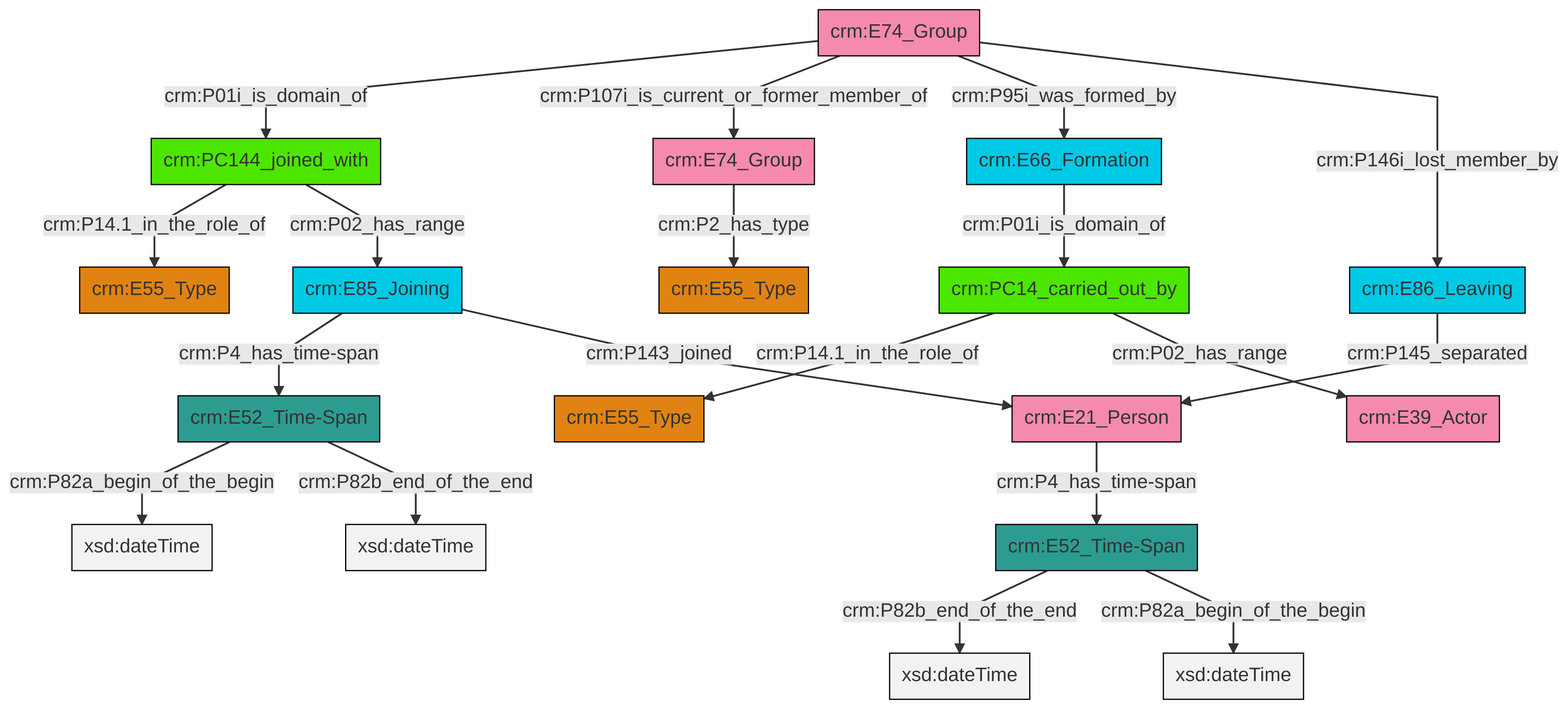
The Mermaid diagram et/groupCSV/ttl/mmd/png/group_actor_relations.png in swiss-art-research-net/docs.swissartresearch, before a commit. Its source is kept beside it as et/groupCSV/ttl/mmd/group_actor_relations.ttl.mmd.
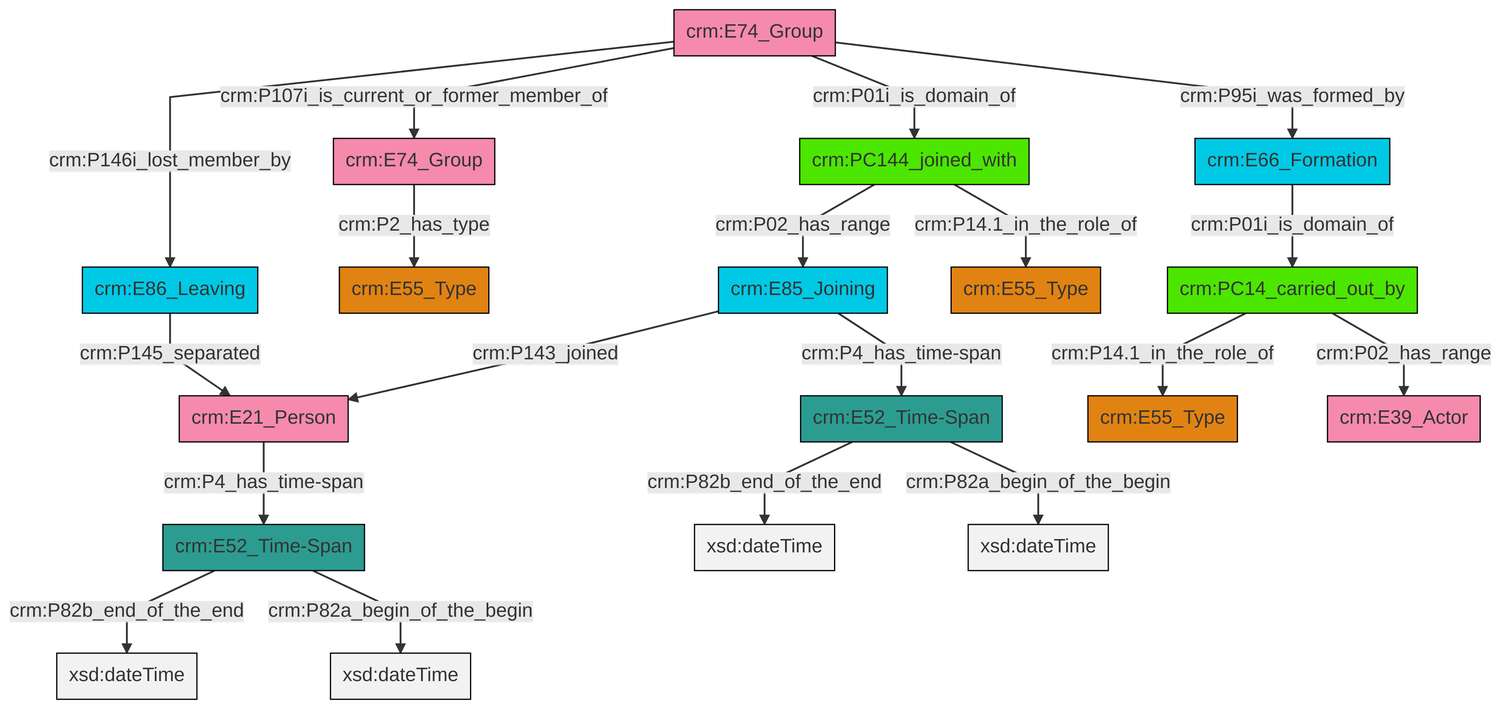
After the commit.

The edit, as a diff of the source:
```diff
@@ -13,21 +13,21 @@
 classDef PC_Classes fill:#4ce600, stroke:#000000;
 classDef Multi fill:#cccccc,stroke:#000000;
 
-0["crm:PC14_carried_out_by"]:::PC_Classes -->|crm:P14.1_in_the_role_of| 1["crm:E55_Type"]:::Type
-2["crm:PC144_joined_with"]:::PC_Classes -->|crm:P14.1_in_the_role_of| 3["crm:E55_Type"]:::Type
-6["crm:E86_Leaving"]:::Temporal_Entity -->|crm:P145_separated| 7["crm:E21_Person"]:::Actor
-8["crm:E74_Group"]:::Actor -->|crm:P01i_is_domain_of| 2["crm:PC144_joined_with"]:::PC_Classes
-12["crm:E52_Time-Span"]:::Time-Span -->|crm:P82a_begin_of_the_begin| 13[xsd:dateTime]:::Literal
-12["crm:E52_Time-Span"]:::Time-Span -->|crm:P82b_end_of_the_end| 16[xsd:dateTime]:::Literal
-8["crm:E74_Group"]:::Actor -->|crm:P107i_is_current_or_former_member_of| 20["crm:E74_Group"]:::Actor
-22["crm:E52_Time-Span"]:::Time-Span -->|crm:P82b_end_of_the_end| 23[xsd:dateTime]:::Literal
-22["crm:E52_Time-Span"]:::Time-Span -->|crm:P82a_begin_of_the_begin| 26[xsd:dateTime]:::Literal
-18["crm:E66_Formation"]:::Temporal_Entity -->|crm:P01i_is_domain_of| 0["crm:PC14_carried_out_by"]:::PC_Classes
-20["crm:E74_Group"]:::Actor -->|crm:P2_has_type| 9["crm:E55_Type"]:::Type
-0["crm:PC14_carried_out_by"]:::PC_Classes -->|crm:P02_has_range| 14["crm:E39_Actor"]:::Actor
-7["crm:E21_Person"]:::Actor -->|crm:P4_has_time-span| 22["crm:E52_Time-Span"]:::Time-Span
-30["crm:E85_Joining"]:::Temporal_Entity -->|crm:P4_has_time-span| 12["crm:E52_Time-Span"]:::Time-Span
-8["crm:E74_Group"]:::Actor -->|crm:P95i_was_formed_by| 18["crm:E66_Formation"]:::Temporal_Entity
-30["crm:E85_Joining"]:::Temporal_Entity -->|crm:P143_joined| 7["crm:E21_Person"]:::Actor
-2["crm:PC144_joined_with"]:::PC_Classes -->|crm:P02_has_range| 30["crm:E85_Joining"]:::Temporal_Entity
-8["crm:E74_Group"]:::Actor -->|crm:P146i_lost_member_by| 6["crm:E86_Leaving"]:::Temporal_Entity
+0["crm:E21_Person"]:::Actor -->|crm:P4_has_time-span| 1["crm:E52_Time-Span"]:::Time-Span
+7["crm:E74_Group"]:::Actor -->|crm:P107i_is_current_or_former_member_of| 8["crm:E74_Group"]:::Actor
+7["crm:E74_Group"]:::Actor -->|crm:P146i_lost_member_by| 15["crm:E86_Leaving"]:::Temporal_Entity
+9["crm:E85_Joining"]:::Temporal_Entity -->|crm:P4_has_time-span| 3["crm:E52_Time-Span"]:::Time-Span
+1["crm:E52_Time-Span"]:::Time-Span -->|crm:P82b_end_of_the_end| 20[xsd:dateTime]:::Literal
+5["crm:E66_Formation"]:::Temporal_Entity -->|crm:P01i_is_domain_of| 23["crm:PC14_carried_out_by"]:::PC_Classes
+3["crm:E52_Time-Span"]:::Time-Span -->|crm:P82b_end_of_the_end| 25[xsd:dateTime]:::Literal
+15["crm:E86_Leaving"]:::Temporal_Entity -->|crm:P145_separated| 0["crm:E21_Person"]:::Actor
+7["crm:E74_Group"]:::Actor -->|crm:P01i_is_domain_of| 26["crm:PC144_joined_with"]:::PC_Classes
+3["crm:E52_Time-Span"]:::Time-Span -->|crm:P82a_begin_of_the_begin| 27[xsd:dateTime]:::Literal
+8["crm:E74_Group"]:::Actor -->|crm:P2_has_type| 11["crm:E55_Type"]:::Type
+1["crm:E52_Time-Span"]:::Time-Span -->|crm:P82a_begin_of_the_begin| 31[xsd:dateTime]:::Literal
+23["crm:PC14_carried_out_by"]:::PC_Classes -->|crm:P14.1_in_the_role_of| 13["crm:E55_Type"]:::Type
+26["crm:PC144_joined_with"]:::PC_Classes -->|crm:P02_has_range| 9["crm:E85_Joining"]:::Temporal_Entity
+9["crm:E85_Joining"]:::Temporal_Entity -->|crm:P143_joined| 0["crm:E21_Person"]:::Actor
+26["crm:PC144_joined_with"]:::PC_Classes -->|crm:P14.1_in_the_role_of| 21["crm:E55_Type"]:::Type
+23["crm:PC14_carried_out_by"]:::PC_Classes -->|crm:P02_has_range| 17["crm:E39_Actor"]:::Actor
+7["crm:E74_Group"]:::Actor -->|crm:P95i_was_formed_by| 5["crm:E66_Formation"]:::Temporal_Entity
```
